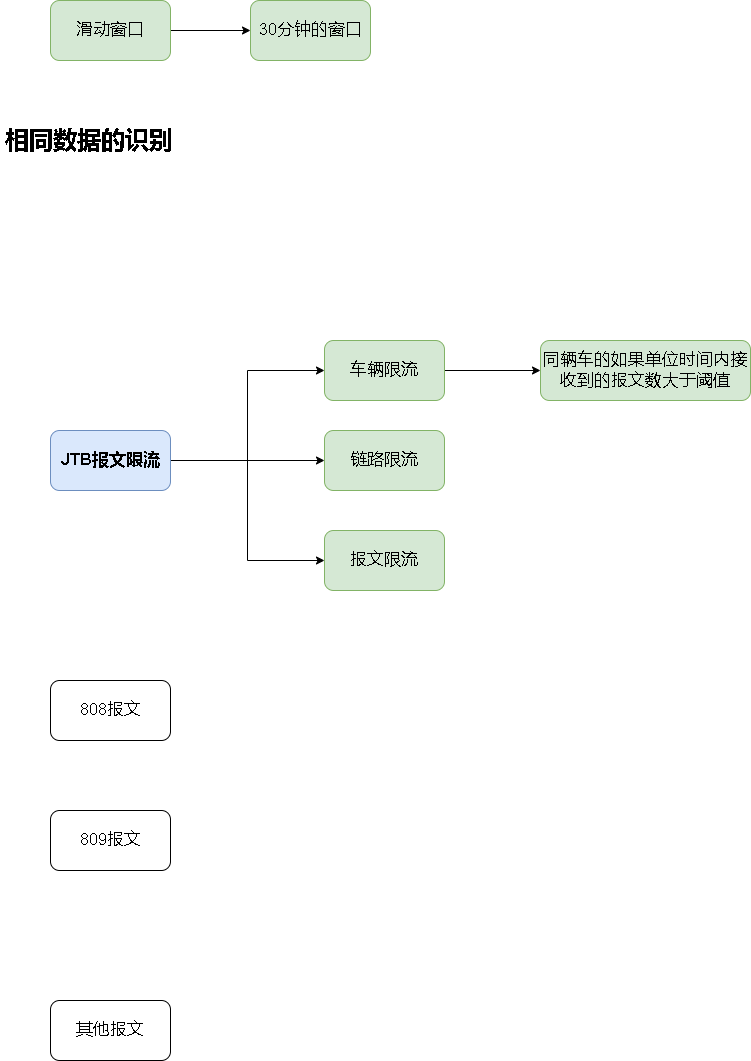
Earlier version of the draw.io export jtb报文限流.drawio.png (xktder/draw). Source tidied: cells renumbered, new cells last; positions are measured from the earlier drawing's top-left corner, leaving out a move shared by most shapes.
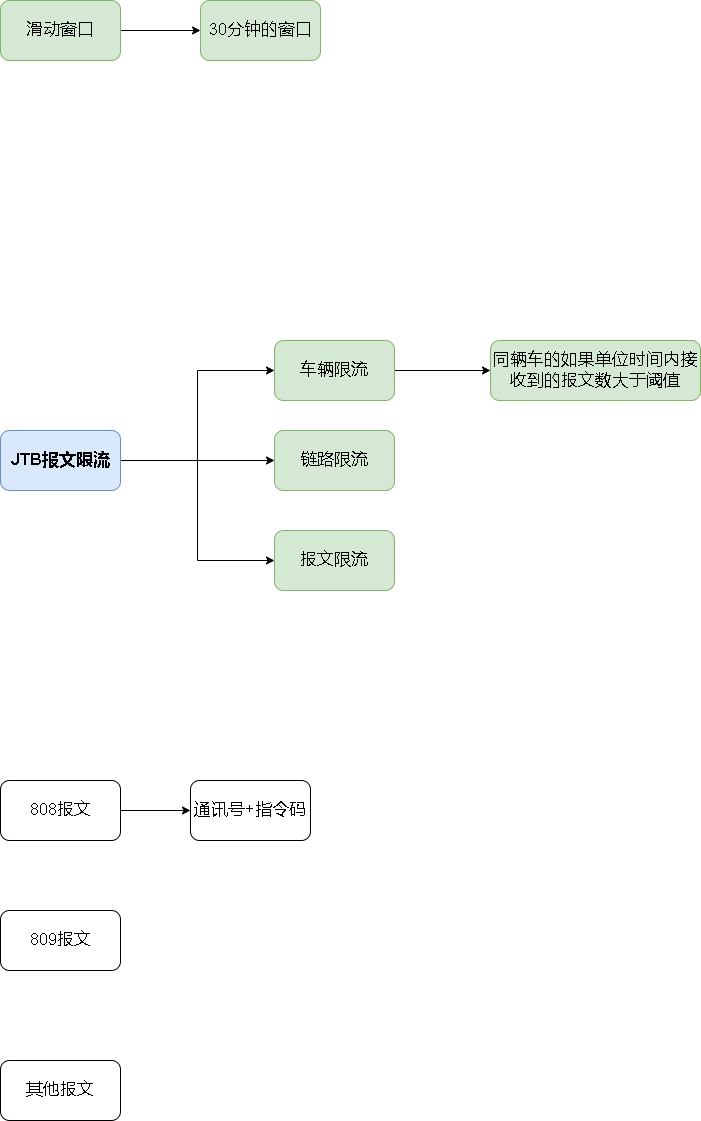
The same diagram one commit later.

Commit message:
更新jtb报文限流.drawio.png

Change to the diagram source:
```diff
@@ -14,14 +14,17 @@
     <mxCell id="5" value="&lt;b&gt;&lt;font style=&quot;font-size: 17px;&quot;&gt;JTB报文限流&lt;/font&gt;&lt;/b&gt;" style="rounded=1;whiteSpace=wrap;html=1;fillColor=#dae8fc;strokeColor=#6c8ebf;" parent="1" vertex="1">
       <mxGeometry x="50" y="430" width="120" height="60" as="geometry" />
     </mxCell>
+    <mxCell id="18" style="edgeStyle=orthogonalEdgeStyle;rounded=0;jettySize=auto;html=1;" parent="1" edge="1" source="6" target="19">
+      <mxGeometry relative="1" as="geometry" />
+    </mxCell>
     <mxCell id="6" value="808报文" style="rounded=1;whiteSpace=wrap;html=1;fontSize=17;" parent="1" vertex="1">
-      <mxGeometry x="50" y="680" width="120" height="60" as="geometry" />
+      <mxGeometry x="50" y="780" width="120" height="60" as="geometry" />
     </mxCell>
     <mxCell id="7" value="809报文" style="rounded=1;whiteSpace=wrap;html=1;fontSize=17;" parent="1" vertex="1">
-      <mxGeometry x="50" y="810" width="120" height="60" as="geometry" />
+      <mxGeometry x="50" y="910" width="120" height="60" as="geometry" />
     </mxCell>
     <mxCell id="8" value="其他报文" style="rounded=1;whiteSpace=wrap;html=1;fontSize=17;" parent="1" vertex="1">
-      <mxGeometry x="50" y="1000" width="120" height="60" as="geometry" />
+      <mxGeometry x="50" y="1060" width="120" height="60" as="geometry" />
     </mxCell>
     <mxCell id="9" style="edgeStyle=orthogonalEdgeStyle;rounded=0;jettySize=auto;html=1;fontSize=17;entryX=0;entryY=0.5;entryDx=0;entryDy=0;" parent="1" edge="1" source="10" target="13">
       <mxGeometry relative="1" as="geometry" />
@@ -47,8 +50,8 @@
     <mxCell id="16" value="30分钟的窗口" style="rounded=1;whiteSpace=wrap;html=1;fontSize=17;fillColor=#d5e8d4;strokeColor=#82b366;" parent="1" vertex="1">
       <mxGeometry x="250" width="120" height="60" as="geometry" />
     </mxCell>
-    <mxCell id="17" value="&lt;h1&gt;相同数据的识别&lt;/h1&gt;&lt;p&gt;&lt;br&gt;&lt;/p&gt;" style="text;html=1;strokeColor=none;fillColor=none;spacing=5;spacingTop=-20;whiteSpace=wrap;overflow=hidden;rounded=0;" parent="1" vertex="1">
-      <mxGeometry y="120" width="190" height="120" as="geometry" />
-    </mxCell>
+    <mxCell id="19" value="通讯号+指令码" style="whiteSpace=wrap;html=1;fontSize=17;rounded=1;" parent="1" vertex="1">
+      <mxGeometry x="240" y="780" width="120" height="60" as="geometry" />
+    </mxCell>
   </root>
 </mxGraphModel>
```
